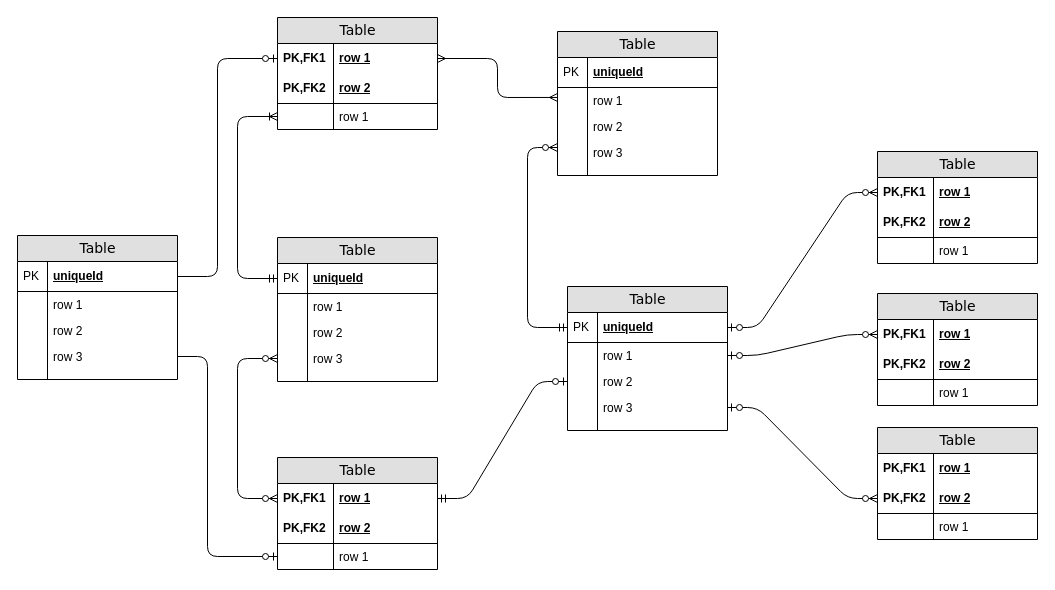
The draw.io diagram EliorWork/Untitled Diagram.drawio in SENG-350-2024-fall/Team9, before the edit. Source tidied: cells renumbered, new cells numbered last; positions are measured from the earlier drawing's top-left corner, leaving out a move shared by most shapes. Both pictures are drawn from the tidied source at 100%, with x=0, y=0 at pixel (17, 17).
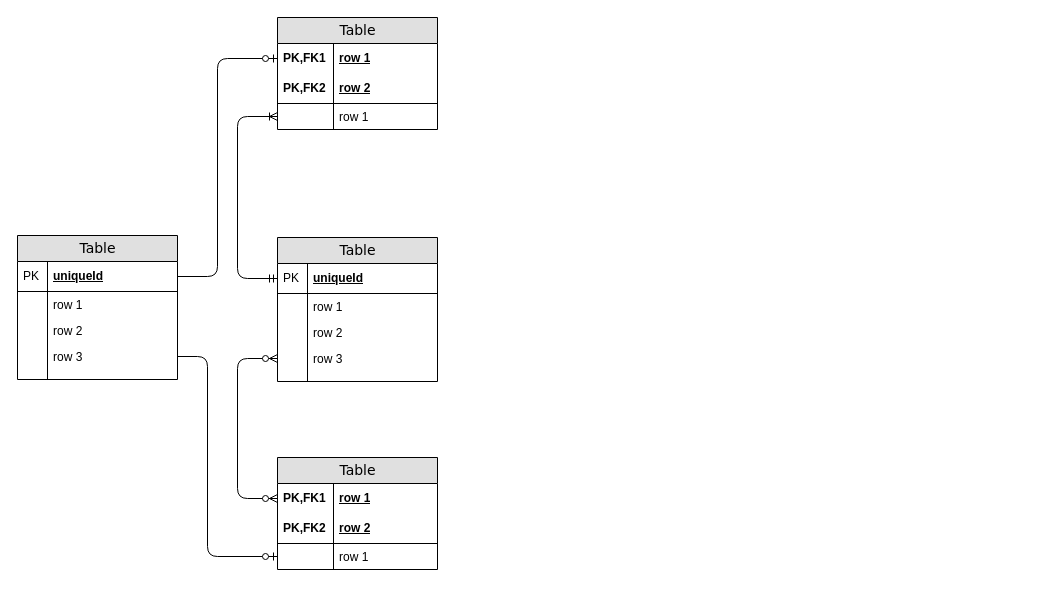
Above is the later version.

The change refers to these unchanged cells:
```xml
<mxCell id="3" value="row 1" style="shape=partialRectangle;top=0;left=0;right=0;bottom=0;html=1;align=left;verticalAlign=middle;fillColor=none;spacingLeft=60;spacingRight=4;whiteSpace=wrap;overflow=hidden;points=[[0,0.5],[1,0.5]];portConstraint=eastwest;fontStyle=5;" parent="2" vertex="1">
  <mxGeometry y="26" width="160" height="30" as="geometry" />
</mxCell>
<mxCell id="50" value="row 1" style="shape=partialRectangle;top=0;left=0;right=0;bottom=0;html=1;align=left;verticalAlign=middle;fillColor=none;spacingLeft=60;spacingRight=4;whiteSpace=wrap;overflow=hidden;points=[[0,0.5],[1,0.5]];portConstraint=eastwest;fontStyle=5;" parent="49" vertex="1">
  <mxGeometry y="26" width="160" height="30" as="geometry" />
</mxCell>
```

The edit, as a diff of the source:
```diff
@@
-    <mxCell id="9" value="Table" style="swimlane;html=1;fontStyle=0;horizontal=1;startSize=26;fillColor=#e0e0e0;swimlaneFillColor=#ffffff;align=center;rounded=0;shadow=0;comic=0;labelBackgroundColor=none;strokeWidth=1;fontFamily=Verdana;fontSize=14;swimlaneLine=1;" parent="1" vertex="1">
-      <mxGeometry x="540" y="14" width="160" height="144" as="geometry" />
-    </mxCell>
-    <mxCell id="10" value="uniqueId" style="shape=partialRectangle;top=0;left=0;right=0;bottom=1;html=1;align=left;verticalAlign=middle;fillColor=none;spacingLeft=34;spacingRight=4;whiteSpace=wrap;overflow=hidden;fontStyle=5;" parent="9" vertex="1">
-      <mxGeometry y="26" width="160" height="30" as="geometry" />
-    </mxCell>
-    <mxCell id="11" value="PK" style="shape=partialRectangle;top=0;left=0;bottom=0;html=1;fillColor=none;align=left;verticalAlign=middle;spacingLeft=4;spacingRight=4;whiteSpace=wrap;overflow=hidden;" parent="10" vertex="1">
-      <mxGeometry width="30" height="30" as="geometry" />
-    </mxCell>
-    <mxCell id="12" value="row 1" style="shape=partialRectangle;top=0;left=0;right=0;bottom=0;html=1;align=left;verticalAlign=top;fillColor=none;spacingLeft=34;spacingRight=4;whiteSpace=wrap;overflow=hidden;points=[[0,0.5],[1,0.5]];portConstraint=eastwest;" parent="9" vertex="1">
-      <mxGeometry y="56" width="160" height="26" as="geometry" />
-    </mxCell>
-    <mxCell id="13" style="shape=partialRectangle;top=0;left=0;bottom=0;html=1;fillColor=none;align=left;verticalAlign=top;spacingLeft=4;spacingRight=4;whiteSpace=wrap;overflow=hidden;" parent="12" vertex="1">
-      <mxGeometry width="30" height="26" as="geometry" />
-    </mxCell>
-    <mxCell id="14" value="row 2" style="shape=partialRectangle;top=0;left=0;right=0;bottom=0;html=1;align=left;verticalAlign=top;fillColor=none;spacingLeft=34;spacingRight=4;whiteSpace=wrap;overflow=hidden;" parent="9" vertex="1">
-      <mxGeometry y="82" width="160" height="26" as="geometry" />
-    </mxCell>
-    <mxCell id="15" style="shape=partialRectangle;top=0;left=0;bottom=0;html=1;fillColor=none;align=left;verticalAlign=top;spacingLeft=4;spacingRight=4;whiteSpace=wrap;overflow=hidden;" parent="14" vertex="1">
-      <mxGeometry width="30" height="26" as="geometry" />
-    </mxCell>
-    <mxCell id="16" value="row 3" style="shape=partialRectangle;top=0;left=0;right=0;bottom=0;html=1;align=left;verticalAlign=top;fillColor=none;spacingLeft=34;spacingRight=4;whiteSpace=wrap;overflow=hidden;points=[[0,0.5],[1,0.5]];portConstraint=eastwest;" parent="9" vertex="1">
-      <mxGeometry y="108" width="160" height="26" as="geometry" />
-    </mxCell>
-    <mxCell id="17" style="shape=partialRectangle;top=0;left=0;bottom=0;html=1;fillColor=none;align=left;verticalAlign=top;spacingLeft=4;spacingRight=4;whiteSpace=wrap;overflow=hidden;" parent="16" vertex="1">
-      <mxGeometry width="30" height="26" as="geometry" />
-    </mxCell>
-    <mxCell id="18" style="shape=partialRectangle;top=0;left=0;right=0;bottom=0;html=1;align=left;verticalAlign=top;fillColor=none;spacingLeft=34;spacingRight=4;whiteSpace=wrap;overflow=hidden;" parent="9" vertex="1">
-      <mxGeometry y="134" width="160" height="10" as="geometry" />
-    </mxCell>
-    <mxCell id="19" style="shape=partialRectangle;top=0;left=0;bottom=0;html=1;fillColor=none;align=left;verticalAlign=top;spacingLeft=4;spacingRight=4;whiteSpace=wrap;overflow=hidden;" parent="18" vertex="1">
-      <mxGeometry width="30" height="10" as="geometry" />
-    </mxCell>
@@
-    <mxCell id="31" value="Table" style="swimlane;html=1;fontStyle=0;horizontal=1;startSize=26;fillColor=#e0e0e0;swimlaneFillColor=#ffffff;align=center;rounded=0;shadow=0;comic=0;labelBackgroundColor=none;strokeWidth=1;fontFamily=Verdana;fontSize=14;" parent="1" vertex="1">
-      <mxGeometry x="550" y="269" width="160" height="144" as="geometry" />
-    </mxCell>
-    <mxCell id="32" value="uniqueId" style="shape=partialRectangle;top=0;left=0;right=0;bottom=1;html=1;align=left;verticalAlign=middle;fillColor=none;spacingLeft=34;spacingRight=4;whiteSpace=wrap;overflow=hidden;points=[[0,0.5],[1,0.5]];portConstraint=eastwest;fontStyle=5;" parent="31" vertex="1">
-      <mxGeometry y="26" width="160" height="30" as="geometry" />
-    </mxCell>
-    <mxCell id="33" value="PK" style="shape=partialRectangle;top=0;left=0;bottom=0;html=1;fillColor=none;align=left;verticalAlign=middle;spacingLeft=4;spacingRight=4;whiteSpace=wrap;overflow=hidden;" parent="32" vertex="1">
-      <mxGeometry width="30" height="30" as="geometry" />
-    </mxCell>
-    <mxCell id="34" value="row 1" style="shape=partialRectangle;top=0;left=0;right=0;bottom=0;html=1;align=left;verticalAlign=top;fillColor=none;spacingLeft=34;spacingRight=4;whiteSpace=wrap;overflow=hidden;points=[[0,0.5],[1,0.5]];portConstraint=eastwest;" parent="31" vertex="1">
-      <mxGeometry y="56" width="160" height="26" as="geometry" />
-    </mxCell>
-    <mxCell id="35" style="shape=partialRectangle;top=0;left=0;bottom=0;html=1;fillColor=none;align=left;verticalAlign=top;spacingLeft=4;spacingRight=4;whiteSpace=wrap;overflow=hidden;" parent="34" vertex="1">
-      <mxGeometry width="30" height="26" as="geometry" />
-    </mxCell>
-    <mxCell id="36" value="row 2" style="shape=partialRectangle;top=0;left=0;right=0;bottom=0;html=1;align=left;verticalAlign=top;fillColor=none;spacingLeft=34;spacingRight=4;whiteSpace=wrap;overflow=hidden;points=[[0,0.5],[1,0.5]];portConstraint=eastwest;" parent="31" vertex="1">
-      <mxGeometry y="82" width="160" height="26" as="geometry" />
-    </mxCell>
-    <mxCell id="37" style="shape=partialRectangle;top=0;left=0;bottom=0;html=1;fillColor=none;align=left;verticalAlign=top;spacingLeft=4;spacingRight=4;whiteSpace=wrap;overflow=hidden;" parent="36" vertex="1">
-      <mxGeometry width="30" height="26" as="geometry" />
-    </mxCell>
-    <mxCell id="38" value="row 3" style="shape=partialRectangle;top=0;left=0;right=0;bottom=0;html=1;align=left;verticalAlign=top;fillColor=none;spacingLeft=34;spacingRight=4;whiteSpace=wrap;overflow=hidden;points=[[0,0.5],[1,0.5]];portConstraint=eastwest;" parent="31" vertex="1">
-      <mxGeometry y="108" width="160" height="26" as="geometry" />
-    </mxCell>
-    <mxCell id="39" style="shape=partialRectangle;top=0;left=0;bottom=0;html=1;fillColor=none;align=left;verticalAlign=top;spacingLeft=4;spacingRight=4;whiteSpace=wrap;overflow=hidden;" parent="38" vertex="1">
-      <mxGeometry width="30" height="26" as="geometry" />
-    </mxCell>
-    <mxCell id="40" style="shape=partialRectangle;top=0;left=0;right=0;bottom=0;html=1;align=left;verticalAlign=top;fillColor=none;spacingLeft=34;spacingRight=4;whiteSpace=wrap;overflow=hidden;" parent="31" vertex="1">
-      <mxGeometry y="134" width="160" height="10" as="geometry" />
-    </mxCell>
-    <mxCell id="41" style="shape=partialRectangle;top=0;left=0;bottom=0;html=1;fillColor=none;align=left;verticalAlign=top;spacingLeft=4;spacingRight=4;whiteSpace=wrap;overflow=hidden;" parent="40" vertex="1">
-      <mxGeometry width="30" height="10" as="geometry" />
-    </mxCell>
-    <mxCell id="42" value="Table" style="swimlane;html=1;fontStyle=0;horizontal=1;startSize=26;fillColor=#e0e0e0;swimlaneFillColor=#ffffff;align=center;rounded=0;shadow=0;comic=0;labelBackgroundColor=none;strokeWidth=1;fontFamily=Verdana;fontSize=14;" parent="1" vertex="1">
-      <mxGeometry x="860" y="134" width="160" height="112" as="geometry" />
-    </mxCell>
-    <mxCell id="43" value="row 1" style="shape=partialRectangle;top=0;left=0;right=0;bottom=0;html=1;align=left;verticalAlign=middle;fillColor=none;spacingLeft=60;spacingRight=4;whiteSpace=wrap;overflow=hidden;points=[[0,0.5],[1,0.5]];portConstraint=eastwest;fontStyle=5;" parent="42" vertex="1">
-      <mxGeometry y="26" width="160" height="30" as="geometry" />
-    </mxCell>
-    <mxCell id="44" value="PK,FK1" style="shape=partialRectangle;fontStyle=1;top=0;left=0;bottom=0;html=1;fillColor=none;align=left;verticalAlign=middle;spacingLeft=4;spacingRight=4;whiteSpace=wrap;overflow=hidden;" parent="43" vertex="1">
-      <mxGeometry width="56" height="30" as="geometry" />
-    </mxCell>
-    <mxCell id="45" value="row 2" style="shape=partialRectangle;top=0;left=0;right=0;bottom=1;html=1;align=left;verticalAlign=middle;fillColor=none;spacingLeft=60;spacingRight=4;whiteSpace=wrap;overflow=hidden;fontStyle=5;" parent="42" vertex="1">
-      <mxGeometry y="56" width="160" height="30" as="geometry" />
-    </mxCell>
-    <mxCell id="46" value="PK,FK2" style="shape=partialRectangle;fontStyle=1;top=0;left=0;bottom=0;html=1;fillColor=none;align=left;verticalAlign=middle;spacingLeft=4;spacingRight=4;whiteSpace=wrap;overflow=hidden;" parent="45" vertex="1">
-      <mxGeometry width="56" height="30" as="geometry" />
-    </mxCell>
-    <mxCell id="47" value="row 1" style="shape=partialRectangle;top=0;left=0;right=0;bottom=0;html=1;align=left;verticalAlign=top;fillColor=none;spacingLeft=60;spacingRight=4;whiteSpace=wrap;overflow=hidden;" parent="42" vertex="1">
-      <mxGeometry y="86" width="160" height="26" as="geometry" />
-    </mxCell>
-    <mxCell id="48" style="shape=partialRectangle;top=0;left=0;bottom=0;html=1;fillColor=none;align=left;verticalAlign=top;spacingLeft=4;spacingRight=4;whiteSpace=wrap;overflow=hidden;" parent="47" vertex="1">
-      <mxGeometry width="56" height="26" as="geometry" />
-    </mxCell>
@@
-    <mxCell id="58" style="edgeStyle=orthogonalEdgeStyle;html=1;endArrow=ERmany;startArrow=ERmany;labelBackgroundColor=none;fontFamily=Verdana;fontSize=14;entryX=1;entryY=0.5;exitX=0;exitY=0.383;exitPerimeter=0;" parent="1" edge="1" source="12" target="3">
-      <mxGeometry relative="1" as="geometry">
-        <Array as="points">
-          <mxPoint x="480" y="80" />
-          <mxPoint x="480" y="41" />
-        </Array>
-      </mxGeometry>
-    </mxCell>
-    <mxCell id="59" style="edgeStyle=orthogonalEdgeStyle;html=1;endArrow=ERzeroToMany;startArrow=ERmandOne;labelBackgroundColor=none;fontFamily=Verdana;fontSize=14;entryX=0;entryY=0.308;entryPerimeter=0;exitX=0;exitY=0.5;" parent="1" edge="1" source="32" target="16">
-      <mxGeometry relative="1" as="geometry">
-        <Array as="points">
-          <mxPoint x="510" y="310" />
-          <mxPoint x="510" y="130" />
-        </Array>
-      </mxGeometry>
-    </mxCell>
-    <mxCell id="60" style="edgeStyle=entityRelationEdgeStyle;html=1;endArrow=ERzeroToOne;startArrow=ERmandOne;labelBackgroundColor=none;fontFamily=Verdana;fontSize=14;exitX=1;exitY=0.5;entryX=0;entryY=0.5;" parent="1" edge="1" source="50" target="36">
-      <mxGeometry relative="1" as="geometry" />
-    </mxCell>
-    <mxCell id="61" style="edgeStyle=entityRelationEdgeStyle;html=1;endArrow=ERzeroToMany;startArrow=ERzeroToOne;labelBackgroundColor=none;fontFamily=Verdana;fontSize=14;entryX=0;entryY=0.5;exitX=1;exitY=0.5;" parent="1" edge="1" source="32" target="43">
-      <mxGeometry relative="1" as="geometry" />
-    </mxCell>
-    <mxCell id="62" value="Table" style="swimlane;html=1;fontStyle=0;horizontal=1;startSize=26;fillColor=#e0e0e0;swimlaneFillColor=#ffffff;align=center;rounded=0;shadow=0;comic=0;labelBackgroundColor=none;strokeWidth=1;fontFamily=Verdana;fontSize=14;" parent="1" vertex="1">
-      <mxGeometry x="860" y="276" width="160" height="112" as="geometry" />
-    </mxCell>
-    <mxCell id="63" value="row 1" style="shape=partialRectangle;top=0;left=0;right=0;bottom=0;html=1;align=left;verticalAlign=middle;fillColor=none;spacingLeft=60;spacingRight=4;whiteSpace=wrap;overflow=hidden;points=[[0,0.5],[1,0.5]];portConstraint=eastwest;fontStyle=5;" parent="62" vertex="1">
-      <mxGeometry y="26" width="160" height="30" as="geometry" />
-    </mxCell>
-    <mxCell id="64" value="PK,FK1" style="shape=partialRectangle;fontStyle=1;top=0;left=0;bottom=0;html=1;fillColor=none;align=left;verticalAlign=middle;spacingLeft=4;spacingRight=4;whiteSpace=wrap;overflow=hidden;" parent="63" vertex="1">
-      <mxGeometry width="56" height="30" as="geometry" />
-    </mxCell>
-    <mxCell id="65" value="row 2" style="shape=partialRectangle;top=0;left=0;right=0;bottom=1;html=1;align=left;verticalAlign=middle;fillColor=none;spacingLeft=60;spacingRight=4;whiteSpace=wrap;overflow=hidden;fontStyle=5;" parent="62" vertex="1">
-      <mxGeometry y="56" width="160" height="30" as="geometry" />
-    </mxCell>
-    <mxCell id="66" value="PK,FK2" style="shape=partialRectangle;fontStyle=1;top=0;left=0;bottom=0;html=1;fillColor=none;align=left;verticalAlign=middle;spacingLeft=4;spacingRight=4;whiteSpace=wrap;overflow=hidden;" parent="65" vertex="1">
-      <mxGeometry width="56" height="30" as="geometry" />
-    </mxCell>
-    <mxCell id="67" value="row 1" style="shape=partialRectangle;top=0;left=0;right=0;bottom=0;html=1;align=left;verticalAlign=top;fillColor=none;spacingLeft=60;spacingRight=4;whiteSpace=wrap;overflow=hidden;" parent="62" vertex="1">
-      <mxGeometry y="86" width="160" height="26" as="geometry" />
-    </mxCell>
-    <mxCell id="68" style="shape=partialRectangle;top=0;left=0;bottom=0;html=1;fillColor=none;align=left;verticalAlign=top;spacingLeft=4;spacingRight=4;whiteSpace=wrap;overflow=hidden;" parent="67" vertex="1">
-      <mxGeometry width="56" height="26" as="geometry" />
-    </mxCell>
-    <mxCell id="69" value="Table" style="swimlane;html=1;fontStyle=0;horizontal=1;startSize=26;fillColor=#e0e0e0;swimlaneFillColor=#ffffff;align=center;rounded=0;shadow=0;comic=0;labelBackgroundColor=none;strokeWidth=1;fontFamily=Verdana;fontSize=14;" parent="1" vertex="1">
-      <mxGeometry x="860" y="410" width="160" height="112" as="geometry" />
-    </mxCell>
-    <mxCell id="70" value="row 1" style="shape=partialRectangle;top=0;left=0;right=0;bottom=0;html=1;align=left;verticalAlign=middle;fillColor=none;spacingLeft=60;spacingRight=4;whiteSpace=wrap;overflow=hidden;fontStyle=5;" parent="69" vertex="1">
-      <mxGeometry y="26" width="160" height="30" as="geometry" />
-    </mxCell>
-    <mxCell id="71" value="PK,FK1" style="shape=partialRectangle;fontStyle=1;top=0;left=0;bottom=0;html=1;fillColor=none;align=left;verticalAlign=middle;spacingLeft=4;spacingRight=4;whiteSpace=wrap;overflow=hidden;" parent="70" vertex="1">
-      <mxGeometry width="56" height="30" as="geometry" />
-    </mxCell>
-    <mxCell id="72" value="row 2" style="shape=partialRectangle;top=0;left=0;right=0;bottom=1;html=1;align=left;verticalAlign=middle;fillColor=none;spacingLeft=60;spacingRight=4;whiteSpace=wrap;overflow=hidden;points=[[0,0.5],[1,0.5]];portConstraint=eastwest;fontStyle=5;" parent="69" vertex="1">
-      <mxGeometry y="56" width="160" height="30" as="geometry" />
-    </mxCell>
-    <mxCell id="73" value="PK,FK2" style="shape=partialRectangle;fontStyle=1;top=0;left=0;bottom=0;html=1;fillColor=none;align=left;verticalAlign=middle;spacingLeft=4;spacingRight=4;whiteSpace=wrap;overflow=hidden;" parent="72" vertex="1">
-      <mxGeometry width="56" height="30" as="geometry" />
-    </mxCell>
-    <mxCell id="74" value="row 1" style="shape=partialRectangle;top=0;left=0;right=0;bottom=0;html=1;align=left;verticalAlign=top;fillColor=none;spacingLeft=60;spacingRight=4;whiteSpace=wrap;overflow=hidden;" parent="69" vertex="1">
-      <mxGeometry y="86" width="160" height="26" as="geometry" />
-    </mxCell>
-    <mxCell id="75" style="shape=partialRectangle;top=0;left=0;bottom=0;html=1;fillColor=none;align=left;verticalAlign=top;spacingLeft=4;spacingRight=4;whiteSpace=wrap;overflow=hidden;" parent="74" vertex="1">
-      <mxGeometry width="56" height="26" as="geometry" />
-    </mxCell>
-    <mxCell id="76" style="edgeStyle=entityRelationEdgeStyle;html=1;endArrow=ERzeroToMany;startArrow=ERzeroToOne;labelBackgroundColor=none;fontFamily=Verdana;fontSize=14;entryX=0;entryY=0.5;exitX=1;exitY=0.5;" parent="1" edge="1" source="34" target="63">
-      <mxGeometry relative="1" as="geometry" />
-    </mxCell>
-    <mxCell id="77" style="edgeStyle=entityRelationEdgeStyle;html=1;endArrow=ERzeroToMany;startArrow=ERzeroToOne;labelBackgroundColor=none;fontFamily=Verdana;fontSize=14;entryX=0;entryY=0.5;exitX=1;exitY=0.5;" parent="1" edge="1" source="38" target="72">
-      <mxGeometry relative="1" as="geometry" />
-    </mxCell>
```
